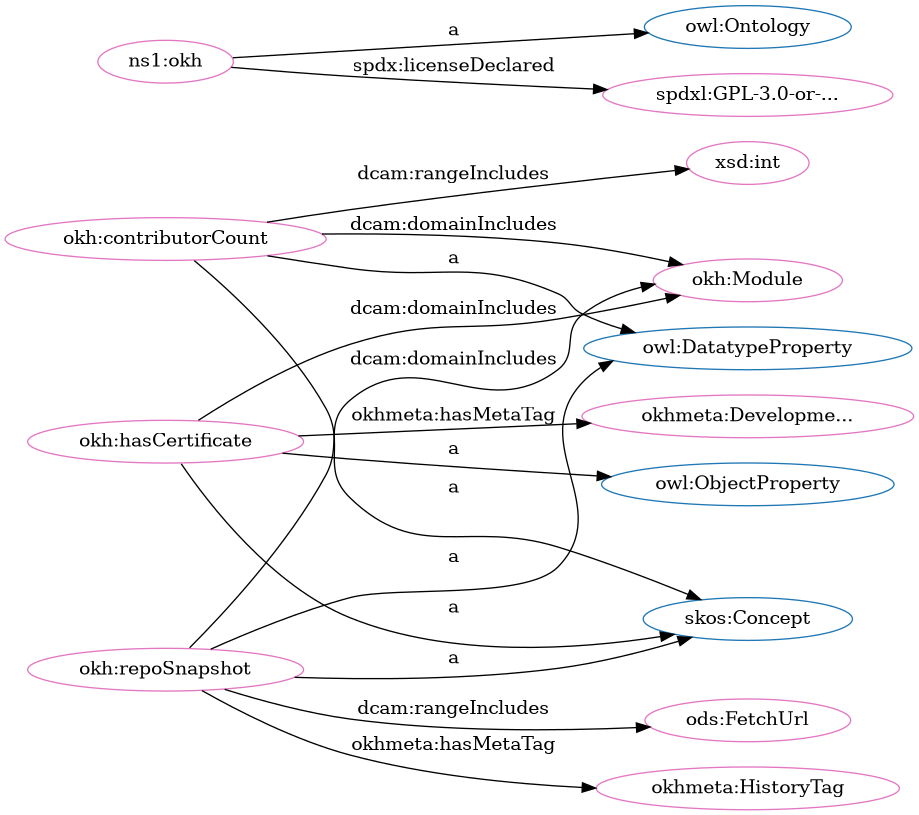
iop-alliance/OpenKnowHow keeps this Graphviz diagram as src/spec/dot_okh_proposed.png. Above is the earlier version. Its source is kept beside it as src/spec/dot_okh_proposed.dot.
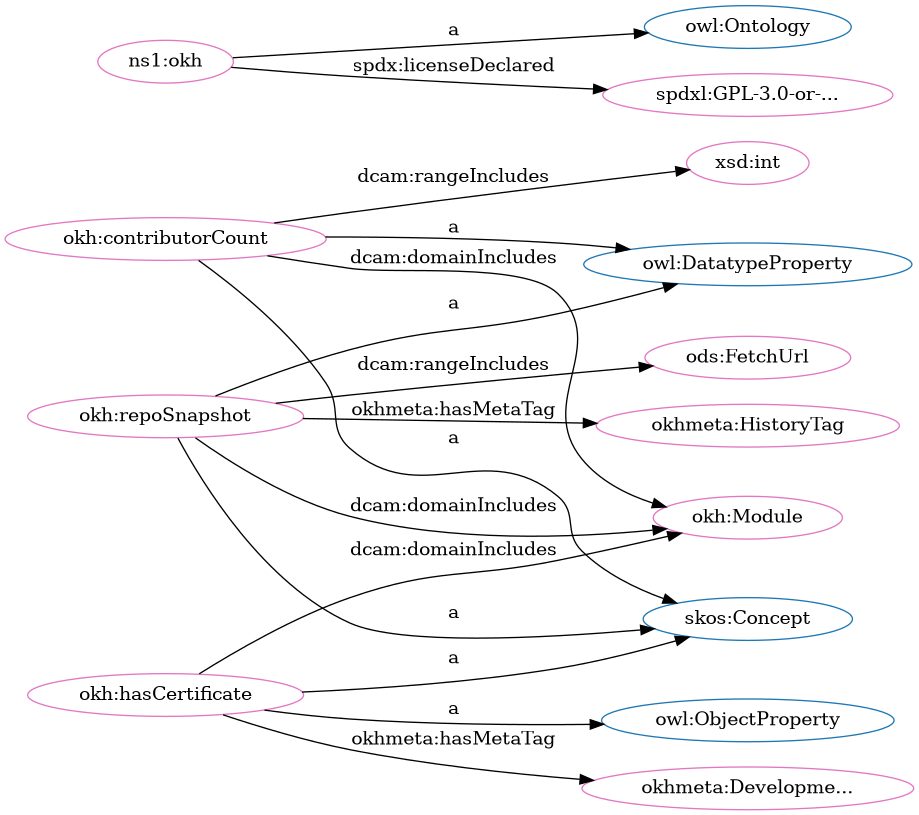
The same diagram one commit later.

The edit, as a diff of the source:
```diff
@@ -3,31 +3,31 @@
   node[height=.3]
 "http://www.w3.org/2002/07/owl#DatatypeProperty" [fillcolor="#1f77b4" color="#1f77b4" label="owl:DatatypeProperty"]
 "http://www.w3.org/2002/07/owl#ObjectProperty" [fillcolor="#1f77b4" color="#1f77b4" label="owl:ObjectProperty"]
+"http://www.w3.org/2004/02/skos/core#Concept" [fillcolor="#1f77b4" color="#1f77b4" label="skos:Concept"]
 "http://www.w3.org/2002/07/owl#Ontology" [fillcolor="#1f77b4" color="#1f77b4" label="owl:Ontology"]
-"http://www.w3.org/2004/02/skos/core#Concept" [fillcolor="#1f77b4" color="#1f77b4" label="skos:Concept"]
+"http://w3id.org/oseg/ont/okh" [fillcolor="#e377c2" color="#e377c2" label="ns1:okh"]
 "http://w3id.org/oseg/ont/okh#Module" [fillcolor="#e377c2" color="#e377c2" label="okh:Module"]
-"http://w3id.org/oseg/ont/okh" [fillcolor="#e377c2" color="#e377c2" label="ns1:okh"]
-"http://spdx.org/licenses/GPL-3.0-or-later" [fillcolor="#e377c2" color="#e377c2" label="spdxl:GPL-3.0-or-..."]
-"http://w3id.org/oseg/ont/ods#FetchUrl" [fillcolor="#e377c2" color="#e377c2" label="ods:FetchUrl"]
 "http://w3id.org/oseg/ont/okh#hasCertificate" [fillcolor="#e377c2" color="#e377c2" label="okh:hasCertificate"]
 "http://w3id.org/oseg/ont/okhmeta#DevelopmentTag" [fillcolor="#e377c2" color="#e377c2" label="okhmeta:Developme..."]
+"http://w3id.org/oseg/ont/okhmeta#HistoryTag" [fillcolor="#e377c2" color="#e377c2" label="okhmeta:HistoryTag"]
+"http://spdx.org/licenses/GPL-3.0-or-later" [fillcolor="#e377c2" color="#e377c2" label="spdxl:GPL-3.0-or-..."]
+"http://w3id.org/oseg/ont/okh#contributorCount" [fillcolor="#e377c2" color="#e377c2" label="okh:contributorCount"]
 "http://w3id.org/oseg/ont/okh#repoSnapshot" [fillcolor="#e377c2" color="#e377c2" label="okh:repoSnapshot"]
-"http://w3id.org/oseg/ont/okhmeta#HistoryTag" [fillcolor="#e377c2" color="#e377c2" label="okhmeta:HistoryTag"]
+"http://w3id.org/oseg/ont/ods#FetchUrl" [fillcolor="#e377c2" color="#e377c2" label="ods:FetchUrl"]
 "http://www.w3.org/2001/XMLSchema#int" [fillcolor="#e377c2" color="#e377c2" label="xsd:int"]
-"http://w3id.org/oseg/ont/okh#contributorCount" [fillcolor="#e377c2" color="#e377c2" label="okh:contributorCount"]
+  "http://w3id.org/oseg/ont/okh" -> "http://www.w3.org/2002/07/owl#Ontology" [label="a"]
+  "http://w3id.org/oseg/ont/okh#hasCertificate" -> "http://w3id.org/oseg/ont/okh#Module" [label="dcam:domainIncludes"]
+  "http://w3id.org/oseg/ont/okh#contributorCount" -> "http://w3id.org/oseg/ont/okh#Module" [label="dcam:domainIncludes"]
+  "http://w3id.org/oseg/ont/okh#repoSnapshot" -> "http://w3id.org/oseg/ont/okh#Module" [label="dcam:domainIncludes"]
+  "http://w3id.org/oseg/ont/okh#repoSnapshot" -> "http://w3id.org/oseg/ont/ods#FetchUrl" [label="dcam:rangeIncludes"]
+  "http://w3id.org/oseg/ont/okh#contributorCount" -> "http://www.w3.org/2001/XMLSchema#int" [label="dcam:rangeIncludes"]
+  "http://w3id.org/oseg/ont/okh#hasCertificate" -> "http://www.w3.org/2004/02/skos/core#Concept" [label="a"]
+  "http://w3id.org/oseg/ont/okh#hasCertificate" -> "http://w3id.org/oseg/ont/okhmeta#DevelopmentTag" [label="okhmeta:hasMetaTag"]
+  "http://w3id.org/oseg/ont/okh#repoSnapshot" -> "http://w3id.org/oseg/ont/okhmeta#HistoryTag" [label="okhmeta:hasMetaTag"]
   "http://w3id.org/oseg/ont/okh" -> "http://spdx.org/licenses/GPL-3.0-or-later" [label="spdx:licenseDeclared"]
-  "http://w3id.org/oseg/ont/okh#repoSnapshot" -> "http://w3id.org/oseg/ont/ods#FetchUrl" [label="dcam:rangeIncludes"]
-  "http://w3id.org/oseg/ont/okh#hasCertificate" -> "http://www.w3.org/2004/02/skos/core#Concept" [label="a"]
+  "http://w3id.org/oseg/ont/okh#contributorCount" -> "http://www.w3.org/2004/02/skos/core#Concept" [label="a"]
   "http://w3id.org/oseg/ont/okh#hasCertificate" -> "http://www.w3.org/2002/07/owl#ObjectProperty" [label="a"]
+  "http://w3id.org/oseg/ont/okh#repoSnapshot" -> "http://www.w3.org/2004/02/skos/core#Concept" [label="a"]
+  "http://w3id.org/oseg/ont/okh#contributorCount" -> "http://www.w3.org/2002/07/owl#DatatypeProperty" [label="a"]
   "http://w3id.org/oseg/ont/okh#repoSnapshot" -> "http://www.w3.org/2002/07/owl#DatatypeProperty" [label="a"]
-  "http://w3id.org/oseg/ont/okh#repoSnapshot" -> "http://www.w3.org/2004/02/skos/core#Concept" [label="a"]
-  "http://w3id.org/oseg/ont/okh#repoSnapshot" -> "http://w3id.org/oseg/ont/okhmeta#HistoryTag" [label="okhmeta:hasMetaTag"]
-  "http://w3id.org/oseg/ont/okh#contributorCount" -> "http://www.w3.org/2001/XMLSchema#int" [label="dcam:rangeIncludes"]
-  "http://w3id.org/oseg/ont/okh#contributorCount" -> "http://www.w3.org/2002/07/owl#DatatypeProperty" [label="a"]
-  "http://w3id.org/oseg/ont/okh#contributorCount" -> "http://www.w3.org/2004/02/skos/core#Concept" [label="a"]
-  "http://w3id.org/oseg/ont/okh#hasCertificate" -> "http://w3id.org/oseg/ont/okh#Module" [label="dcam:domainIncludes"]
-  "http://w3id.org/oseg/ont/okh" -> "http://www.w3.org/2002/07/owl#Ontology" [label="a"]
-  "http://w3id.org/oseg/ont/okh#hasCertificate" -> "http://w3id.org/oseg/ont/okhmeta#DevelopmentTag" [label="okhmeta:hasMetaTag"]
-  "http://w3id.org/oseg/ont/okh#repoSnapshot" -> "http://w3id.org/oseg/ont/okh#Module" [label="dcam:domainIncludes"]
-  "http://w3id.org/oseg/ont/okh#contributorCount" -> "http://w3id.org/oseg/ont/okh#Module" [label="dcam:domainIncludes"]
 }
```
